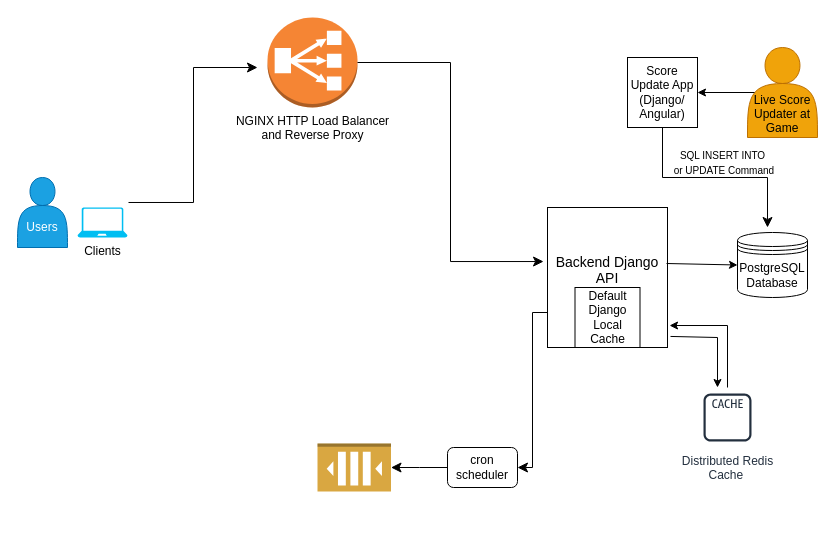
amankavil11/OKCThunderSoftwareProj keeps this draw.io diagram as OKCAppSysDesign.drawio. Above is the earlier version. Source tidied: cells renumbered, new cells numbered last; positions are measured from the earlier drawing's top-left corner, leaving out a move shared by most shapes. Both pictures are drawn from the tidied source at 100%, with x=0, y=0 at pixel (17, 17).
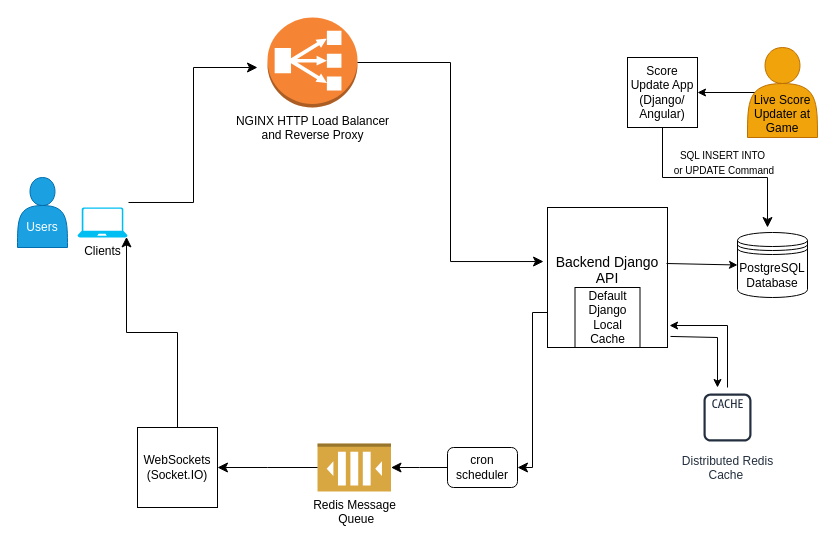
After the change.

Unchanged cells that the change refers to:
```xml
<mxCell id="4" value="Clients" style="verticalLabelPosition=bottom;html=1;verticalAlign=top;align=center;strokeColor=none;fillColor=#00BEF2;shape=mxgraph.azure.laptop;" parent="1" vertex="1">
  <mxGeometry x="60" y="190" width="50" height="30" as="geometry" />
</mxCell>
```

Diff of the diagram source:
```diff
@@
-    <mxCell id="21" style="outlineConnect=0;dashed=0;verticalLabelPosition=bottom;verticalAlign=top;align=center;html=1;shape=mxgraph.aws3.queue;fillColor=#D9A741;gradientColor=none;direction=west;" parent="1" vertex="1">
+    <mxCell id="21" value="Redis Message&lt;br&gt;&amp;nbsp;Queue" style="outlineConnect=0;dashed=0;verticalLabelPosition=bottom;verticalAlign=top;align=center;html=1;shape=mxgraph.aws3.queue;fillColor=#D9A741;gradientColor=none;direction=west;" parent="1" vertex="1">
       <mxGeometry x="300" y="426" width="73.5" height="48" as="geometry" />
     </mxCell>
@@
+    <mxCell id="23" value="WebSockets&lt;br&gt;(Socket.IO)" style="whiteSpace=wrap;html=1;" parent="1" vertex="1">
+      <mxGeometry x="120" y="410" width="80" height="80" as="geometry" />
+    </mxCell>
+    <mxCell id="24" style="edgeStyle=elbowEdgeStyle;elbow=horizontal;endArrow=classic;html=1;curved=0;rounded=0;endSize=8;startSize=8;entryX=1;entryY=0.5;entryDx=0;entryDy=0;exitX=1;exitY=0.5;exitDx=0;exitDy=0;exitPerimeter=0;" parent="1" edge="1" source="21" target="23">
+      <mxGeometry relative="1" as="geometry" />
+    </mxCell>
+    <mxCell id="25" style="edgeStyle=elbowEdgeStyle;elbow=vertical;endArrow=classic;html=1;curved=0;rounded=0;endSize=8;startSize=8;exitX=0.5;exitY=0;exitDx=0;exitDy=0;entryX=0.98;entryY=0.98;entryDx=0;entryDy=0;entryPerimeter=0;" parent="1" edge="1" source="23" target="4">
+      <mxGeometry relative="1" as="geometry" />
+    </mxCell>
```
